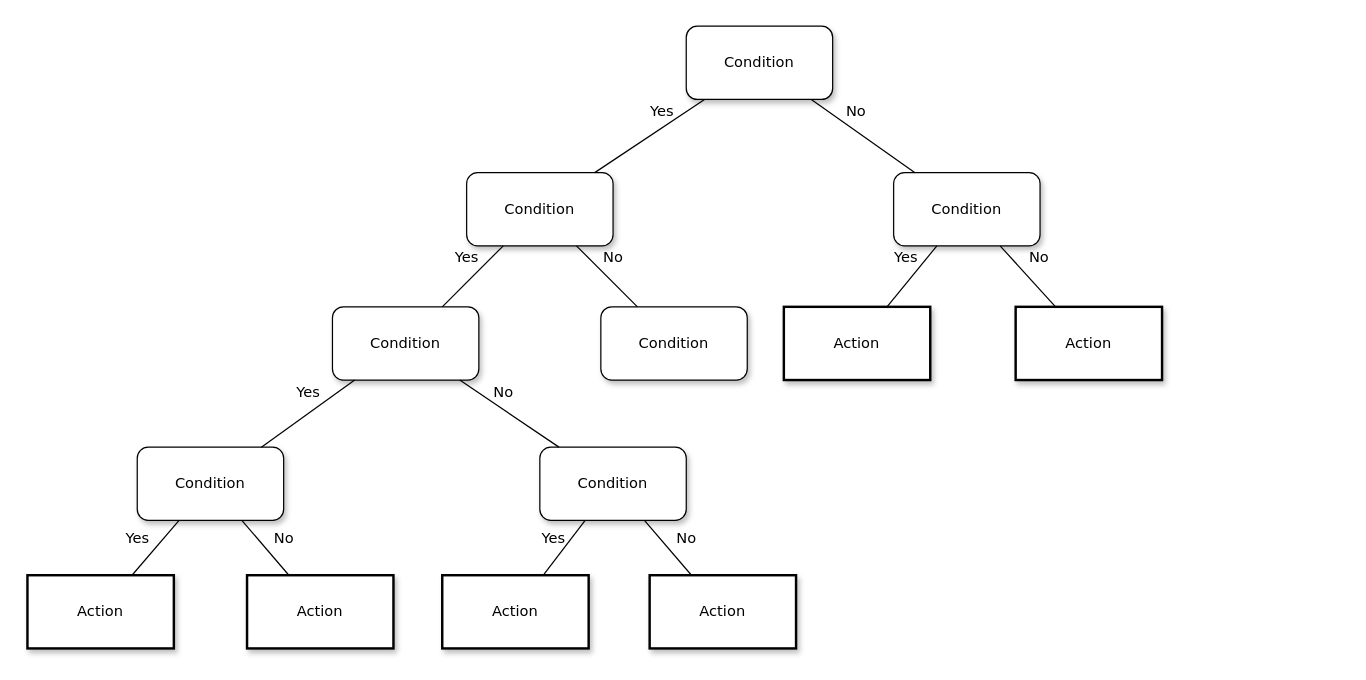
olleharstedt/limesurvey-wizard keeps this draw.io diagram as Separate_repo.drawio. Above is the earlier version. Source tidied: cells renumbered, new cells numbered last; positions are measured from the earlier drawing's top-left corner, leaving out a move shared by most shapes. Both pictures are drawn from the tidied source at 122%, with x=0, y=0 at pixel (27, 26).
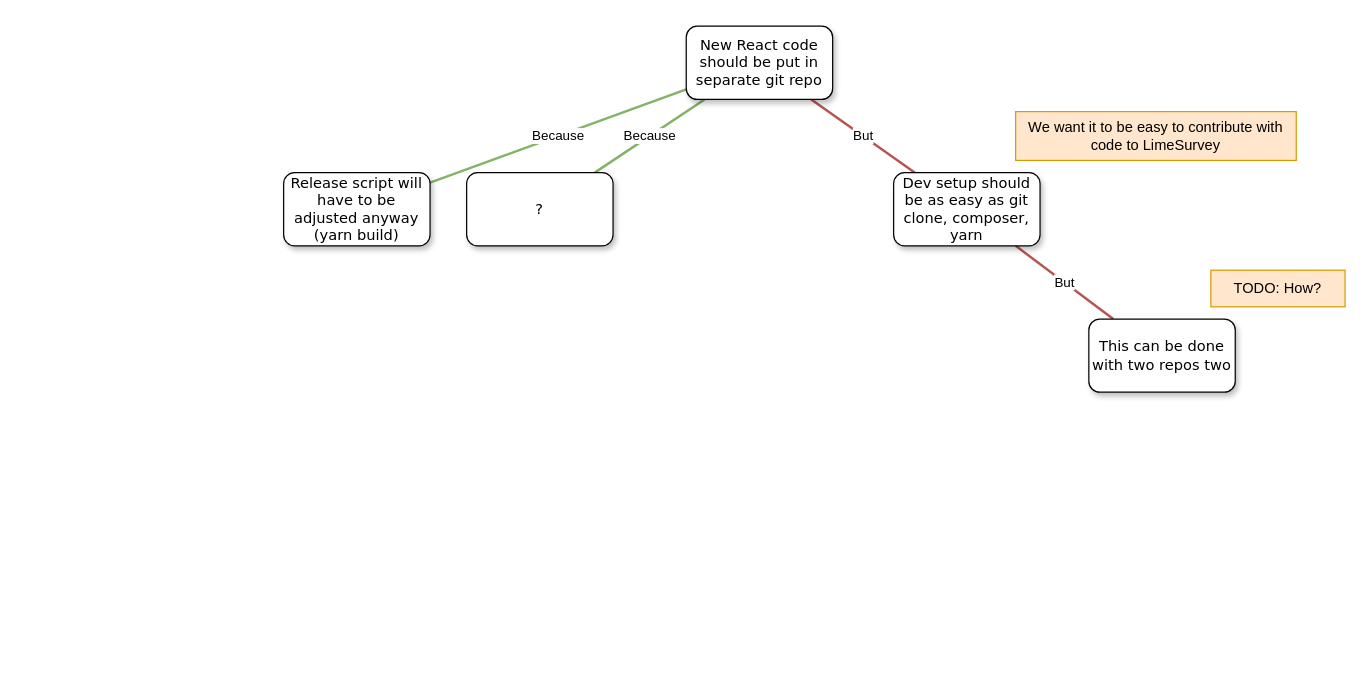
The same diagram, later.

Change to the diagram source:
```diff
@@
+    <mxCell id="5" value="But" style="edgeStyle=none;rounded=0;jettySize=auto;html=1;endArrow=none;endFill=0;strokeWidth=2;fillColor=#f8cecc;strokeColor=#b85450;" parent="1" edge="1" source="2" target="4">
+      <mxGeometry relative="1" as="geometry" />
+    </mxCell>
+    <mxCell id="6" value="Because" style="edgeStyle=none;rounded=0;jettySize=auto;html=1;endArrow=none;endFill=0;strokeWidth=2;fillColor=#d5e8d4;strokeColor=#82b366;" parent="1" edge="1" source="2" target="3">
+      <mxGeometry relative="1" as="geometry" />
+    </mxCell>
+    <mxCell id="27" value="Because" style="rounded=0;jettySize=auto;html=1;endArrow=none;endFill=0;fillColor=#d5e8d4;strokeColor=#82b366;strokeWidth=2;" parent="1" edge="1" source="2" target="31">
+      <mxGeometry relative="1" as="geometry" />
+    </mxCell>
-    <mxCell id="2" value="Condition" style="whiteSpace=wrap;html=1;rounded=1;shadow=1;labelBackgroundColor=none;strokeWidth=1;fontFamily=Verdana;fontSize=12;align=center;" parent="1" vertex="1">
+    <mxCell id="2" value="New React code should be put in separate git repo" style="whiteSpace=wrap;html=1;rounded=1;shadow=1;labelBackgroundColor=none;strokeWidth=1;fontFamily=Verdana;fontSize=12;align=center;" parent="1" vertex="1">
       <mxGeometry x="540" width="120" height="60" as="geometry" />
     </mxCell>
-    <mxCell id="3" value="&lt;span&gt;Condition&lt;/span&gt;" style="whiteSpace=wrap;html=1;rounded=1;shadow=1;labelBackgroundColor=none;strokeWidth=1;fontFamily=Verdana;fontSize=12;align=center;" parent="1" vertex="1">
+    <mxCell id="3" value="?" style="whiteSpace=wrap;html=1;rounded=1;shadow=1;labelBackgroundColor=none;strokeWidth=1;fontFamily=Verdana;fontSize=12;align=center;" parent="1" vertex="1">
       <mxGeometry x="360" y="120" width="120" height="60" as="geometry" />
     </mxCell>
+    <mxCell id="28" value="But" style="rounded=0;jettySize=auto;html=1;strokeWidth=2;endArrow=none;endFill=0;fillColor=#f8cecc;strokeColor=#b85450;" parent="1" edge="1" source="4" target="29">
+      <mxGeometry relative="1" as="geometry" />
+    </mxCell>
-    <mxCell id="4" value="&lt;span&gt;Condition&lt;/span&gt;" style="whiteSpace=wrap;html=1;rounded=1;shadow=1;labelBackgroundColor=none;strokeWidth=1;fontFamily=Verdana;fontSize=12;align=center;" parent="1" vertex="1">
+    <mxCell id="4" value="Dev setup should be as easy as git clone, composer, yarn" style="whiteSpace=wrap;html=1;rounded=1;shadow=1;labelBackgroundColor=none;strokeWidth=1;fontFamily=Verdana;fontSize=12;align=center;" parent="1" vertex="1">
       <mxGeometry x="710" y="120" width="120" height="60" as="geometry" />
     </mxCell>
-    <mxCell id="5" value="No" style="rounded=0;html=1;labelBackgroundColor=none;startArrow=none;startFill=0;startSize=5;endArrow=none;endFill=0;endSize=5;jettySize=auto;strokeWidth=1;fontFamily=Verdana;fontSize=12;" parent="1" edge="1" source="2" target="4">
-      <mxGeometry x="-0.3" y="13" relative="1" as="geometry" />
-    </mxCell>
-    <mxCell id="6" value="Yes" style="rounded=0;html=1;labelBackgroundColor=none;startArrow=none;startFill=0;startSize=5;endArrow=none;endFill=0;endSize=5;jettySize=auto;strokeWidth=1;fontFamily=Verdana;fontSize=12;" parent="1" edge="1" source="2" target="3">
-      <mxGeometry x="-0.36" y="-11" relative="1" as="geometry" />
-    </mxCell>
-    <mxCell id="7" value="&lt;span&gt;Condition&lt;/span&gt;" style="whiteSpace=wrap;html=1;rounded=1;shadow=1;labelBackgroundColor=none;strokeWidth=1;fontFamily=Verdana;fontSize=12;align=center;" parent="1" vertex="1">
-      <mxGeometry x="250" y="230" width="120" height="60" as="geometry" />
-    </mxCell>
-    <mxCell id="8" value="&lt;span&gt;Condition&lt;/span&gt;" style="whiteSpace=wrap;html=1;rounded=1;shadow=1;labelBackgroundColor=none;strokeWidth=1;fontFamily=Verdana;fontSize=12;align=center;" parent="1" vertex="1">
-      <mxGeometry x="470" y="230" width="120" height="60" as="geometry" />
-    </mxCell>
-    <mxCell id="9" value="&lt;span&gt;Action&lt;/span&gt;" style="whiteSpace=wrap;html=1;rounded=0;shadow=1;labelBackgroundColor=none;strokeWidth=2;fontFamily=Verdana;fontSize=12;align=center;" parent="1" vertex="1">
-      <mxGeometry x="620" y="230" width="120" height="60" as="geometry" />
-    </mxCell>
-    <mxCell id="10" value="&lt;span&gt;Action&lt;/span&gt;" style="whiteSpace=wrap;html=1;rounded=0;shadow=1;labelBackgroundColor=none;strokeWidth=2;fontFamily=Verdana;fontSize=12;align=center;" parent="1" vertex="1">
-      <mxGeometry x="810" y="230" width="120" height="60" as="geometry" />
-    </mxCell>
-    <mxCell id="11" value="&lt;span&gt;Condition&lt;/span&gt;" style="whiteSpace=wrap;html=1;rounded=1;shadow=1;labelBackgroundColor=none;strokeWidth=1;fontFamily=Verdana;fontSize=12;align=center;" parent="1" vertex="1">
-      <mxGeometry x="90" y="345" width="120" height="60" as="geometry" />
-    </mxCell>
-    <mxCell id="12" value="&lt;span&gt;Condition&lt;/span&gt;" style="whiteSpace=wrap;html=1;rounded=1;shadow=1;labelBackgroundColor=none;strokeWidth=1;fontFamily=Verdana;fontSize=12;align=center;" parent="1" vertex="1">
-      <mxGeometry x="420" y="345" width="120" height="60" as="geometry" />
-    </mxCell>
-    <mxCell id="13" value="Yes" style="rounded=0;html=1;labelBackgroundColor=none;startArrow=none;startFill=0;startSize=5;endArrow=none;endFill=0;endSize=5;jettySize=auto;strokeWidth=1;fontFamily=Verdana;fontSize=12;" parent="1" edge="1" source="3" target="7">
-      <mxGeometry x="-0.2" y="-14" relative="1" as="geometry" />
-    </mxCell>
-    <mxCell id="14" value="No" style="rounded=0;html=1;labelBackgroundColor=none;startArrow=none;startFill=0;startSize=5;endArrow=none;endFill=0;endSize=5;jettySize=auto;strokeWidth=1;fontFamily=Verdana;fontSize=12;" parent="1" edge="1" source="3" target="8">
-      <mxGeometry x="-0.2" y="14" relative="1" as="geometry" />
-    </mxCell>
-    <mxCell id="15" value="Yes" style="rounded=0;html=1;labelBackgroundColor=none;startArrow=none;startFill=0;startSize=5;endArrow=none;endFill=0;endSize=5;jettySize=auto;strokeWidth=1;fontFamily=Verdana;fontSize=12;" parent="1" edge="1" source="4" target="9">
-      <mxGeometry x="-0.26" y="-13" relative="1" as="geometry" />
-    </mxCell>
-    <mxCell id="16" value="No" style="rounded=0;html=1;labelBackgroundColor=none;startArrow=none;startFill=0;startSize=5;endArrow=none;endFill=0;endSize=5;jettySize=auto;strokeWidth=1;fontFamily=Verdana;fontSize=12;" parent="1" edge="1" source="4" target="10">
-      <mxGeometry x="-0.13" y="17" relative="1" as="geometry" />
-    </mxCell>
-    <mxCell id="17" value="Yes" style="rounded=0;html=1;labelBackgroundColor=none;startArrow=none;startFill=0;startSize=5;endArrow=none;endFill=0;endSize=5;jettySize=auto;strokeWidth=1;fontFamily=Verdana;fontSize=12;" parent="1" edge="1" source="7" target="11">
-      <mxGeometry x="-0.22" y="-14" relative="1" as="geometry" />
-    </mxCell>
-    <mxCell id="18" value="No" style="rounded=0;html=1;labelBackgroundColor=none;startArrow=none;startFill=0;startSize=5;endArrow=none;endFill=0;endSize=5;jettySize=auto;strokeWidth=1;fontFamily=Verdana;fontSize=12;" parent="1" edge="1" source="7" target="12">
-      <mxGeometry x="-0.28" y="12" relative="1" as="geometry" />
-    </mxCell>
-    <mxCell id="19" value="Action" style="whiteSpace=wrap;html=1;rounded=0;shadow=1;labelBackgroundColor=none;strokeWidth=2;fontFamily=Verdana;fontSize=12;align=center;" parent="1" vertex="1">
-      <mxGeometry y="450" width="120" height="60" as="geometry" />
-    </mxCell>
-    <mxCell id="20" value="&lt;span&gt;Action&lt;/span&gt;" style="whiteSpace=wrap;html=1;rounded=0;shadow=1;labelBackgroundColor=none;strokeWidth=2;fontFamily=Verdana;fontSize=12;align=center;" parent="1" vertex="1">
-      <mxGeometry x="180" y="450" width="120" height="60" as="geometry" />
-    </mxCell>
-    <mxCell id="21" value="&lt;span&gt;Action&lt;/span&gt;" style="whiteSpace=wrap;html=1;rounded=0;shadow=1;labelBackgroundColor=none;strokeWidth=2;fontFamily=Verdana;fontSize=12;align=center;" parent="1" vertex="1">
-      <mxGeometry x="340" y="450" width="120" height="60" as="geometry" />
-    </mxCell>
-    <mxCell id="22" value="&lt;span&gt;Action&lt;/span&gt;" style="whiteSpace=wrap;html=1;rounded=0;shadow=1;labelBackgroundColor=none;strokeWidth=2;fontFamily=Verdana;fontSize=12;align=center;" parent="1" vertex="1">
-      <mxGeometry x="510" y="450" width="120" height="60" as="geometry" />
-    </mxCell>
-    <mxCell id="23" value="Yes" style="rounded=0;html=1;labelBackgroundColor=none;startArrow=none;startFill=0;startSize=5;endArrow=none;endFill=0;endSize=5;jettySize=auto;strokeWidth=1;fontFamily=Verdana;fontSize=12;" parent="1" edge="1" source="11" target="19">
-      <mxGeometry x="0.14" y="-16" relative="1" as="geometry" />
-    </mxCell>
-    <mxCell id="24" value="No" style="rounded=0;html=1;labelBackgroundColor=none;startArrow=none;startFill=0;startSize=5;endArrow=none;endFill=0;endSize=5;jettySize=auto;strokeWidth=1;fontFamily=Verdana;fontSize=12;" parent="1" edge="1" source="11" target="20">
-      <mxGeometry x="0.14" y="16" relative="1" as="geometry" />
-    </mxCell>
-    <mxCell id="25" value="Yes" style="rounded=0;html=1;labelBackgroundColor=none;startArrow=none;startFill=0;startSize=5;endArrow=none;endFill=0;endSize=5;jettySize=auto;strokeWidth=1;fontFamily=Verdana;fontSize=12;" parent="1" edge="1" source="12" target="21">
-      <mxGeometry y="-12" relative="1" as="geometry" />
-    </mxCell>
-    <mxCell id="26" value="No" style="rounded=0;html=1;labelBackgroundColor=none;startArrow=none;startFill=0;startSize=5;endArrow=none;endFill=0;endSize=5;jettySize=auto;strokeWidth=1;fontFamily=Verdana;fontSize=12;" parent="1" edge="1" source="12" target="22">
-      <mxGeometry x="0.14" y="16" relative="1" as="geometry" />
-    </mxCell>
+    <mxCell id="29" value="This can be done with two repos two" style="whiteSpace=wrap;html=1;rounded=1;shadow=1;labelBackgroundColor=none;strokeWidth=1;fontFamily=Verdana;fontSize=12;align=center;" parent="1" vertex="1">
+      <mxGeometry x="870" y="240" width="120" height="60" as="geometry" />
+    </mxCell>
+    <mxCell id="30" value="TODO: How?" style="text;html=1;strokeColor=#d79b00;fillColor=#ffe6cc;align=center;verticalAlign=middle;whiteSpace=wrap;rounded=0;" parent="1" vertex="1">
+      <mxGeometry x="970" y="200" width="110" height="30" as="geometry" />
+    </mxCell>
+    <mxCell id="31" value="Release script will have to be adjusted anyway (yarn build)" style="whiteSpace=wrap;html=1;rounded=1;shadow=1;labelBackgroundColor=none;strokeWidth=1;fontFamily=Verdana;fontSize=12;align=center;" parent="1" vertex="1">
+      <mxGeometry x="210" y="120" width="120" height="60" as="geometry" />
+    </mxCell>
+    <mxCell id="32" value="We want it to be easy to contribute with code to LimeSurvey" style="text;html=1;strokeColor=#d79b00;fillColor=#ffe6cc;align=center;verticalAlign=middle;whiteSpace=wrap;rounded=0;" parent="1" vertex="1">
+      <mxGeometry x="810" y="70" width="230" height="40" as="geometry" />
+    </mxCell>
```
